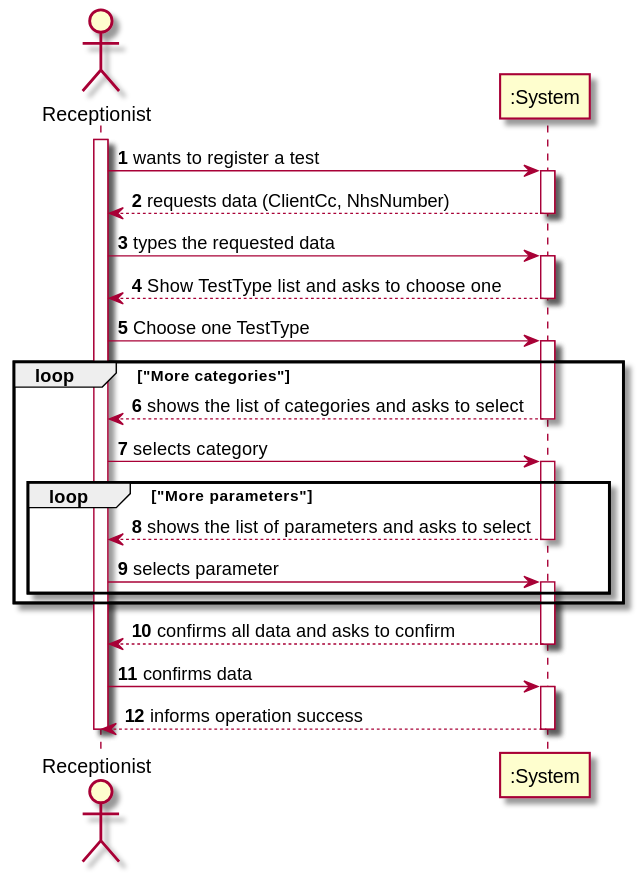
Before: docs/SprintC/US04/US4_SSD.svg, a diagram exported from PlantUML (MarianaCLages/LAPR2).
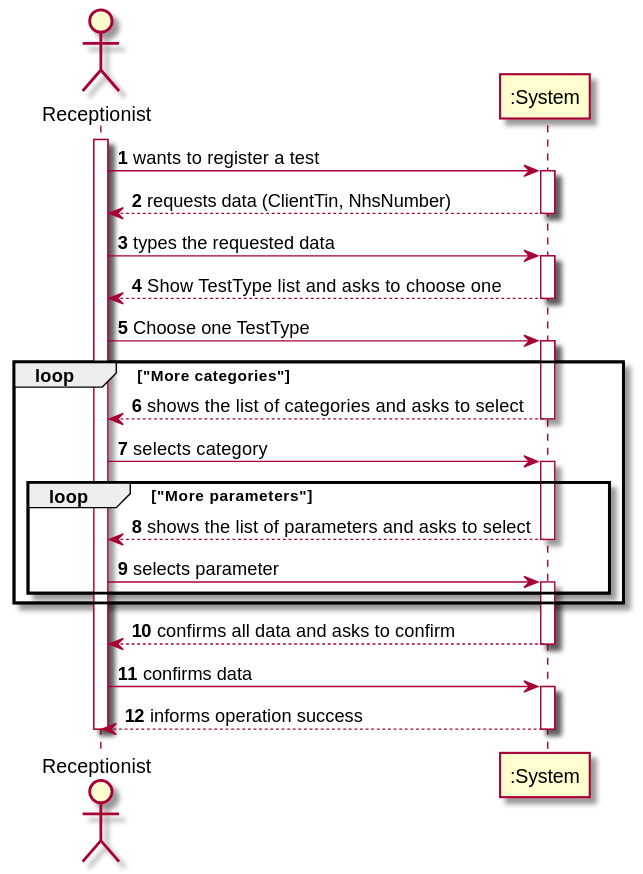
Later version of the same file.

Change to the diagram source:
```diff
@@ -7,7 +7,7 @@
 activate R
 R -> S: wants to register a test
 activate S
-S --> R: requests data (ClientCc, NhsNumber)
+S --> R: requests data (ClientTin, NhsNumber)
 deactivate S
 R -> S: types the requested data
 activate S
```
